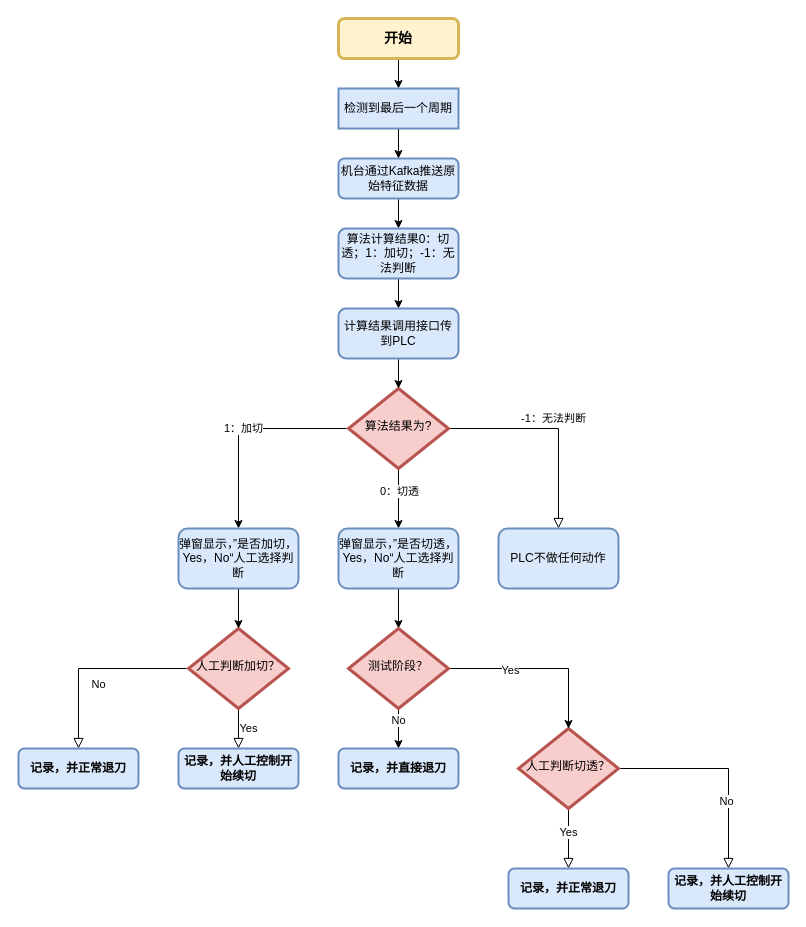
This is 流程图.drawio from naivea/graph, a draw.io file, before an edit. Source tidied: cells renumbered, new cells numbered last; positions are measured from the earlier drawing's top-left corner, leaving out a move shared by most shapes. Both pictures are drawn from the tidied source at 100%, with x=0, y=0 at pixel (18, 18).
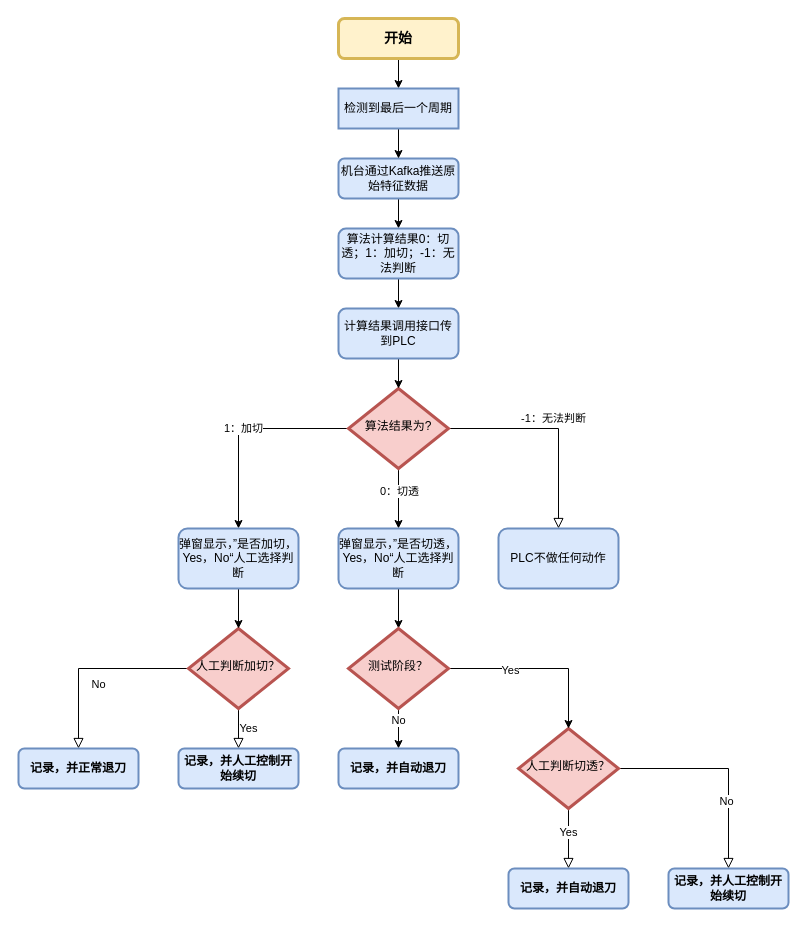
Above is the later version.

Commit message (it also covers changes not shown here):
更新流程图.drawio

Diff of the diagram source:
```diff
@@
-    <mxCell id="33" value="记录，并正常退刀" style="rounded=1;whiteSpace=wrap;html=1;fontSize=12;glass=0;strokeWidth=2;shadow=0;fillColor=#dae8fc;strokeColor=#6c8ebf;fontStyle=1;" parent="1" vertex="1">
+    <mxCell id="33" value="记录，并自动退刀" style="rounded=1;whiteSpace=wrap;html=1;fontSize=12;glass=0;strokeWidth=2;shadow=0;fillColor=#dae8fc;strokeColor=#6c8ebf;fontStyle=1;" parent="1" vertex="1">
       <mxGeometry x="490" y="850" width="120" height="40" as="geometry" />
     </mxCell>
@@
-    <mxCell id="39" value="记录，并直接退刀" style="rounded=1;whiteSpace=wrap;html=1;fontSize=12;glass=0;strokeWidth=2;shadow=0;fillColor=#dae8fc;strokeColor=#6c8ebf;fontStyle=1;" parent="1" vertex="1">
+    <mxCell id="39" value="记录，并自动退刀" style="rounded=1;whiteSpace=wrap;html=1;fontSize=12;glass=0;strokeWidth=2;shadow=0;fillColor=#dae8fc;strokeColor=#6c8ebf;fontStyle=1;" parent="1" vertex="1">
       <mxGeometry x="320" y="730" width="120" height="40" as="geometry" />
     </mxCell>
```
